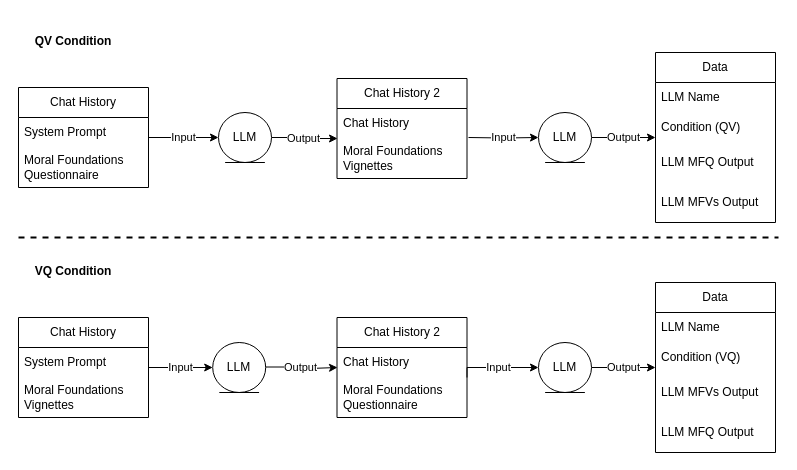
Above: study_flow.drawio in joseluizn/mfv_llm (draw.io), before the change. Source tidied: cells renumbered, new cells numbered last; positions are measured from the earlier drawing's top-left corner, leaving out a move shared by most shapes. Both pictures are drawn from the tidied source at 100%, with x=0, y=0 at pixel (18, 27).
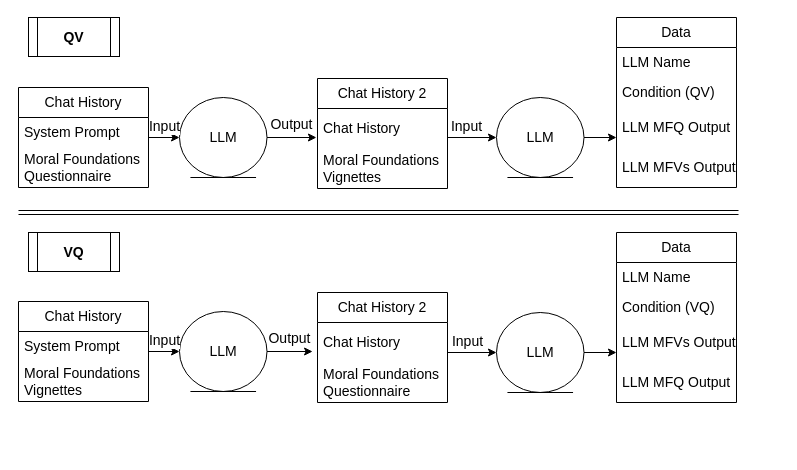
Above is the later version.

Diff of the diagram source:
```diff
@@
-    <mxCell id="2" style="edgeStyle=orthogonalEdgeStyle;rounded=0;jettySize=auto;html=1;entryX=0.004;entryY=1;entryDx=0;entryDy=0;entryPerimeter=0;exitX=1;exitY=0.5;exitDx=0;exitDy=0;" parent="1" edge="1" source="33" target="35">
-      <mxGeometry relative="1" as="geometry">
-        <Array as="points">
-          <mxPoint x="297" y="110" />
-          <mxPoint x="297" y="111" />
-        </Array>
-      </mxGeometry>
+    <mxCell id="2" style="edgeStyle=orthogonalEdgeStyle;rounded=0;jettySize=auto;html=1;entryX=-0.008;entryY=0.725;entryDx=0;entryDy=0;entryPerimeter=0;align=center;verticalAlign=bottom;fontSize=14;" parent="1" edge="1" source="41" target="35">
+      <mxGeometry relative="1" as="geometry" />
     </mxCell>
-    <mxCell id="3" value="Output" style="edgeLabel;html=1;align=center;verticalAlign=middle;" parent="2" vertex="1">
+    <mxCell id="3" value="Output" style="edgeLabel;html=1;align=center;verticalAlign=bottom;fontSize=14;" parent="2" vertex="1">
       <mxGeometry x="0.12" y="-1" relative="1" as="geometry">
-        <mxPoint x="-7" y="-1" as="offset" />
+        <mxPoint x="-4" y="-4" as="offset" />
       </mxGeometry>
     </mxCell>
+    <mxCell id="41" value="LLM" style="ellipse;shape=umlEntity;whiteSpace=wrap;html=1;fontSize=14;" parent="1" vertex="1">
+      <mxGeometry x="161" y="70" width="87.5" height="80" as="geometry" />
+    </mxCell>
+    <mxCell id="42" value="&lt;div style=&quot;font-size: 14px;&quot;&gt;&lt;b style=&quot;font-size: 14px;&quot;&gt;QV&lt;/b&gt;&lt;/div&gt;" style="shape=process;whiteSpace=wrap;html=1;backgroundOutline=1;fontSize=14;" parent="1" vertex="1">
+      <mxGeometry x="10" y="-10" width="91" height="39" as="geometry" />
+    </mxCell>
-    <mxCell id="4" value="Input" style="edgeStyle=orthogonalEdgeStyle;rounded=0;jettySize=auto;html=1;entryX=0;entryY=0.5;entryDx=0;entryDy=0;" parent="1" edge="1" source="5" target="33">
-      <mxGeometry relative="1" as="geometry" />
+    <mxCell id="4" value="Input" style="edgeStyle=orthogonalEdgeStyle;rounded=0;jettySize=auto;html=1;verticalAlign=bottom;fontSize=14;" parent="1" edge="1" source="5" target="41">
+      <mxGeometry x="0.38" relative="1" as="geometry" />
     </mxCell>
-    <mxCell id="5" value="Chat History" style="swimlane;fontStyle=0;horizontal=1;startSize=30;whiteSpace=wrap;html=1;" parent="1" vertex="1">
+    <mxCell id="5" value="Chat History" style="swimlane;fontStyle=0;horizontal=1;startSize=30;whiteSpace=wrap;html=1;fontSize=14;" parent="1" vertex="1">
       <mxGeometry y="60" width="130" height="100" as="geometry" />
     </mxCell>
-    <mxCell id="6" value="System Prompt" style="text;strokeColor=none;fillColor=none;align=left;verticalAlign=middle;spacingLeft=4;spacingRight=4;overflow=hidden;whiteSpace=wrap;html=1;" parent="5" vertex="1">
+    <mxCell id="6" value="System Prompt" style="text;strokeColor=none;fillColor=none;align=left;verticalAlign=middle;spacingLeft=4;spacingRight=4;overflow=hidden;whiteSpace=wrap;html=1;fontSize=14;" parent="5" vertex="1">
       <mxGeometry y="30" width="130" height="30" as="geometry" />
     </mxCell>
-    <mxCell id="7" value="Moral Foundations Questionnaire" style="text;strokeColor=none;fillColor=none;align=left;verticalAlign=middle;spacingLeft=4;spacingRight=4;overflow=hidden;whiteSpace=wrap;html=1;" parent="5" vertex="1">
+    <mxCell id="7" value="Moral Foundations Questionnaire" style="text;strokeColor=none;fillColor=none;align=left;verticalAlign=middle;spacingLeft=4;spacingRight=4;overflow=hidden;whiteSpace=wrap;html=1;fontSize=14;" parent="5" vertex="1">
       <mxGeometry y="60" width="130" height="40" as="geometry" />
     </mxCell>
-    <mxCell id="8" value="&lt;div&gt;Input&lt;/div&gt;" style="edgeStyle=orthogonalEdgeStyle;rounded=0;jettySize=auto;html=1;entryX=0;entryY=0.5;entryDx=0;entryDy=0;" parent="1" edge="1" target="37">
+    <mxCell id="8" value="&lt;div style=&quot;font-size: 14px;&quot;&gt;Input&lt;/div&gt;" style="edgeStyle=orthogonalEdgeStyle;rounded=0;jettySize=auto;html=1;exitX=1;exitY=0;exitDx=0;exitDy=0;verticalAlign=bottom;fontSize=14;" parent="1" edge="1" source="36" target="43">
       <mxGeometry relative="1" as="geometry">
-        <mxPoint x="450" y="110" as="sourcePoint" />
+        <Array as="points">
+          <mxPoint x="429" y="110" />
+        </Array>
       </mxGeometry>
     </mxCell>
+    <mxCell id="34" value="Chat History 2" style="swimlane;fontStyle=0;horizontal=1;startSize=30;whiteSpace=wrap;html=1;fontSize=14;" parent="1" vertex="1">
+      <mxGeometry x="299" y="51" width="130" height="110" as="geometry" />
+    </mxCell>
+    <mxCell id="35" value="Chat History" style="text;strokeColor=none;fillColor=none;align=left;verticalAlign=middle;spacingLeft=4;spacingRight=4;overflow=hidden;points=[[0,0.5],[1,0.5]];portConstraint=eastwest;whiteSpace=wrap;html=1;fontSize=14;" parent="34" vertex="1">
+      <mxGeometry y="30" width="130" height="40" as="geometry" />
+    </mxCell>
+    <mxCell id="36" value="Moral Foundations Vignettes" style="text;whiteSpace=wrap;html=1;verticalAlign=middle;align=left;spacingLeft=4;fontSize=14;" parent="34" vertex="1">
+      <mxGeometry y="70" width="130" height="40" as="geometry" />
+    </mxCell>
-    <mxCell id="9" value="Output" style="edgeStyle=orthogonalEdgeStyle;rounded=0;jettySize=auto;html=1;exitX=1;exitY=0.5;exitDx=0;exitDy=0;" parent="1" edge="1" source="37" target="10">
+    <mxCell id="9" style="edgeStyle=orthogonalEdgeStyle;rounded=0;jettySize=auto;html=1;entryX=0;entryY=0.75;entryDx=0;entryDy=0;fontSize=14;" parent="1" edge="1" source="43" target="13">
       <mxGeometry relative="1" as="geometry" />
     </mxCell>
+    <mxCell id="43" value="LLM" style="ellipse;shape=umlEntity;whiteSpace=wrap;html=1;fontSize=14;" parent="1" vertex="1">
+      <mxGeometry x="478" y="70" width="87.5" height="80" as="geometry" />
+    </mxCell>
-    <mxCell id="10" value="Data" style="swimlane;fontStyle=0;horizontal=1;startSize=30;whiteSpace=wrap;html=1;" parent="1" vertex="1">
-      <mxGeometry x="637" y="25" width="120" height="170" as="geometry" />
+    <mxCell id="10" value="Data" style="swimlane;fontStyle=0;horizontal=1;startSize=30;whiteSpace=wrap;html=1;fontSize=14;" parent="1" vertex="1">
+      <mxGeometry x="598" y="-10" width="120" height="170" as="geometry" />
     </mxCell>
-    <mxCell id="11" value="LLM Name" style="text;strokeColor=none;fillColor=none;align=left;verticalAlign=middle;spacingLeft=4;spacingRight=4;overflow=hidden;whiteSpace=wrap;html=1;" parent="10" vertex="1">
+    <mxCell id="11" value="LLM Name" style="text;strokeColor=none;fillColor=none;align=left;verticalAlign=middle;spacingLeft=4;spacingRight=4;overflow=hidden;whiteSpace=wrap;html=1;fontSize=14;" parent="10" vertex="1">
       <mxGeometry y="30" width="120" height="30" as="geometry" />
     </mxCell>
-    <mxCell id="12" value="Condition (QV)" style="text;whiteSpace=wrap;html=1;verticalAlign=middle;align=left;spacingLeft=4;" parent="10" vertex="1">
+    <mxCell id="12" value="Condition (QV)" style="text;whiteSpace=wrap;html=1;verticalAlign=middle;align=left;spacingLeft=4;fontSize=14;" parent="10" vertex="1">
       <mxGeometry y="60" width="120" height="30" as="geometry" />
     </mxCell>
-    <mxCell id="13" value="LLM MFQ Output" style="text;whiteSpace=wrap;html=1;verticalAlign=middle;align=left;spacingLeft=4;" parent="10" vertex="1">
+    <mxCell id="13" value="LLM MFQ Output" style="text;whiteSpace=wrap;html=1;verticalAlign=middle;align=left;spacingLeft=4;fontSize=14;" parent="10" vertex="1">
       <mxGeometry y="90" width="120" height="40" as="geometry" />
     </mxCell>
-    <mxCell id="14" value="LLM MFVs Output" style="text;whiteSpace=wrap;html=1;verticalAlign=middle;align=left;spacingLeft=4;" parent="10" vertex="1">
+    <mxCell id="14" value="LLM MFVs Output" style="text;whiteSpace=wrap;html=1;verticalAlign=middle;align=left;spacingLeft=4;fontSize=14;" parent="10" vertex="1">
       <mxGeometry y="130" width="120" height="40" as="geometry" />
     </mxCell>
+    <mxCell id="44" style="shape=link;html=1;rounded=0;fontSize=14;" parent="1" edge="1">
+      <mxGeometry relative="1" as="geometry">
+        <mxPoint y="185" as="sourcePoint" />
+        <mxPoint x="720" y="185" as="targetPoint" />
+      </mxGeometry>
+    </mxCell>
+    <mxCell id="45" style="edgeStyle=orthogonalEdgeStyle;rounded=0;jettySize=auto;html=1;entryX=-0.038;entryY=0.725;entryDx=0;entryDy=0;entryPerimeter=0;fontSize=14;" parent="1" edge="1" source="15" target="22">
+      <mxGeometry relative="1" as="geometry" />
+    </mxCell>
+    <mxCell id="40" value="Output" style="edgeLabel;html=1;align=center;verticalAlign=bottom;fontSize=14;" parent="45" vertex="1">
+      <mxGeometry x="0.12" y="-1" relative="1" as="geometry">
+        <mxPoint x="-4" y="-4" as="offset" />
+      </mxGeometry>
+    </mxCell>
-    <mxCell id="15" value="LLM" style="ellipse;shape=umlEntity;whiteSpace=wrap;html=1;" parent="1" vertex="1">
-      <mxGeometry x="194.2" y="315" width="53" height="50" as="geometry" />
+    <mxCell id="15" value="LLM" style="ellipse;shape=umlEntity;whiteSpace=wrap;html=1;fontSize=14;" parent="1" vertex="1">
+      <mxGeometry x="161" y="284" width="87.5" height="80" as="geometry" />
     </mxCell>
+    <mxCell id="46" value="&lt;b style=&quot;font-size: 14px;&quot;&gt;VQ&lt;/b&gt;" style="shape=process;whiteSpace=wrap;html=1;backgroundOutline=1;fontSize=14;" parent="1" vertex="1">
+      <mxGeometry x="10" y="205" width="91" height="39" as="geometry" />
+    </mxCell>
-    <mxCell id="16" value="Input" style="edgeStyle=orthogonalEdgeStyle;rounded=0;jettySize=auto;html=1;" parent="1" edge="1" source="17" target="15">
-      <mxGeometry relative="1" as="geometry" />
+    <mxCell id="16" value="Input" style="edgeStyle=orthogonalEdgeStyle;rounded=0;jettySize=auto;verticalAlign=bottom;fontSize=14;labelPosition=center;verticalLabelPosition=top;align=center;html=1;" parent="1" edge="1" source="17" target="15">
+      <mxGeometry x="0.37" relative="1" as="geometry" />
     </mxCell>
-    <mxCell id="17" value="Chat History" style="swimlane;fontStyle=0;horizontal=1;startSize=30;whiteSpace=wrap;html=1;" parent="1" vertex="1">
-      <mxGeometry y="290" width="130" height="100" as="geometry" />
+    <mxCell id="17" value="Chat History" style="swimlane;fontStyle=0;horizontal=1;startSize=30;whiteSpace=wrap;html=1;fontSize=14;" parent="1" vertex="1">
+      <mxGeometry y="274" width="130" height="100" as="geometry" />
     </mxCell>
-    <mxCell id="18" value="System Prompt" style="text;strokeColor=none;fillColor=none;align=left;verticalAlign=middle;spacingLeft=4;spacingRight=4;overflow=hidden;whiteSpace=wrap;html=1;" parent="17" vertex="1">
+    <mxCell id="18" value="System Prompt" style="text;strokeColor=none;fillColor=none;align=left;verticalAlign=middle;spacingLeft=4;spacingRight=4;overflow=hidden;whiteSpace=wrap;html=1;fontSize=14;" parent="17" vertex="1">
       <mxGeometry y="30" width="130" height="30" as="geometry" />
     </mxCell>
-    <mxCell id="19" value="Moral Foundations Vignettes" style="text;strokeColor=none;fillColor=none;align=left;verticalAlign=middle;spacingLeft=4;spacingRight=4;overflow=hidden;whiteSpace=wrap;html=1;" parent="17" vertex="1">
+    <mxCell id="19" value="Moral Foundations Vignettes" style="text;strokeColor=none;fillColor=none;align=left;verticalAlign=middle;spacingLeft=4;spacingRight=4;overflow=hidden;whiteSpace=wrap;html=1;fontSize=14;" parent="17" vertex="1">
       <mxGeometry y="60" width="130" height="40" as="geometry" />
     </mxCell>
-    <mxCell id="20" value="&lt;div&gt;Input&lt;/div&gt;" style="edgeStyle=orthogonalEdgeStyle;rounded=0;jettySize=auto;html=1;exitX=1;exitY=0;exitDx=0;exitDy=0;entryX=0;entryY=0.5;entryDx=0;entryDy=0;" parent="1" edge="1" source="23" target="38">
+    <mxCell id="20" value="&lt;div style=&quot;font-size: 14px;&quot;&gt;Input&lt;/div&gt;" style="edgeStyle=orthogonalEdgeStyle;rounded=0;jettySize=auto;html=1;exitX=1;exitY=0;exitDx=0;exitDy=0;verticalAlign=bottom;align=center;fontSize=14;" parent="1" edge="1" source="23" target="47">
       <mxGeometry relative="1" as="geometry">
         <Array as="points">
-          <mxPoint x="449" y="340" />
+          <mxPoint x="429" y="325" />
         </Array>
       </mxGeometry>
     </mxCell>
-    <mxCell id="21" value="Chat History 2" style="swimlane;fontStyle=0;horizontal=1;startSize=30;whiteSpace=wrap;html=1;" parent="1" vertex="1">
-      <mxGeometry x="318.5" y="290" width="130" height="100" as="geometry" />
+    <mxCell id="21" value="Chat History 2" style="swimlane;fontStyle=0;horizontal=1;startSize=30;whiteSpace=wrap;html=1;fontSize=14;" parent="1" vertex="1">
+      <mxGeometry x="299" y="265" width="130" height="110" as="geometry" />
     </mxCell>
-    <mxCell id="22" value="Chat History" style="text;strokeColor=none;fillColor=none;align=left;verticalAlign=middle;spacingLeft=4;spacingRight=4;overflow=hidden;points=[[0,0.5],[1,0.5]];portConstraint=eastwest;whiteSpace=wrap;html=1;" parent="21" vertex="1">
-      <mxGeometry y="30" width="130" height="30" as="geometry" />
+    <mxCell id="22" value="Chat History" style="text;strokeColor=none;fillColor=none;align=left;verticalAlign=middle;spacingLeft=4;spacingRight=4;overflow=hidden;points=[[0,0.5],[1,0.5]];portConstraint=eastwest;whiteSpace=wrap;html=1;fontSize=14;" parent="21" vertex="1">
+      <mxGeometry y="30" width="130" height="40" as="geometry" />
     </mxCell>
-    <mxCell id="23" value="Moral Foundations Questionnaire" style="text;whiteSpace=wrap;html=1;verticalAlign=middle;align=left;spacingLeft=4;" parent="21" vertex="1">
-      <mxGeometry y="60" width="130" height="40" as="geometry" />
+    <mxCell id="23" value="Moral Foundations Questionnaire" style="text;whiteSpace=wrap;html=1;verticalAlign=middle;align=left;spacingLeft=4;fontSize=14;" parent="21" vertex="1">
+      <mxGeometry y="70" width="130" height="40" as="geometry" />
     </mxCell>
-    <mxCell id="24" value="Output" style="edgeStyle=orthogonalEdgeStyle;rounded=0;jettySize=auto;html=1;exitX=1;exitY=0.5;exitDx=0;exitDy=0;" parent="1" edge="1" source="38" target="25">
+    <mxCell id="24" style="edgeStyle=orthogonalEdgeStyle;rounded=0;jettySize=auto;html=1;entryX=0;entryY=0.75;entryDx=0;entryDy=0;fontSize=14;" parent="1" edge="1" source="47" target="28">
       <mxGeometry relative="1" as="geometry" />
     </mxCell>
+    <mxCell id="47" value="LLM" style="ellipse;shape=umlEntity;whiteSpace=wrap;html=1;fontSize=14;" parent="1" vertex="1">
+      <mxGeometry x="478" y="285" width="87.5" height="80" as="geometry" />
+    </mxCell>
-    <mxCell id="25" value="Data" style="swimlane;fontStyle=0;horizontal=1;startSize=30;whiteSpace=wrap;html=1;" parent="1" vertex="1">
-      <mxGeometry x="637" y="255" width="120" height="170" as="geometry" />
+    <mxCell id="25" value="Data" style="swimlane;fontStyle=0;horizontal=1;startSize=30;whiteSpace=wrap;html=1;fontSize=14;" parent="1" vertex="1">
+      <mxGeometry x="598" y="205" width="120" height="170" as="geometry" />
     </mxCell>
-    <mxCell id="26" value="LLM Name" style="text;strokeColor=none;fillColor=none;align=left;verticalAlign=middle;spacingLeft=4;spacingRight=4;overflow=hidden;whiteSpace=wrap;html=1;" parent="25" vertex="1">
+    <mxCell id="26" value="LLM Name" style="text;strokeColor=none;fillColor=none;align=left;verticalAlign=middle;spacingLeft=4;spacingRight=4;overflow=hidden;whiteSpace=wrap;html=1;fontSize=14;" parent="25" vertex="1">
       <mxGeometry y="30" width="120" height="30" as="geometry" />
     </mxCell>
-    <mxCell id="27" value="Condition (VQ)" style="text;whiteSpace=wrap;html=1;verticalAlign=middle;align=left;spacingLeft=4;" parent="25" vertex="1">
+    <mxCell id="27" value="Condition (VQ)" style="text;whiteSpace=wrap;html=1;verticalAlign=middle;align=left;spacingLeft=4;fontSize=14;" parent="25" vertex="1">
       <mxGeometry y="60" width="120" height="30" as="geometry" />
     </mxCell>
-    <mxCell id="28" value="LLM MFVs Output" style="text;whiteSpace=wrap;html=1;verticalAlign=middle;align=left;spacingLeft=4;" parent="25" vertex="1">
+    <mxCell id="28" value="LLM MFVs Output" style="text;whiteSpace=wrap;html=1;verticalAlign=middle;align=left;spacingLeft=4;fontSize=14;" parent="25" vertex="1">
       <mxGeometry y="90" width="120" height="40" as="geometry" />
     </mxCell>
-    <mxCell id="29" value="LLM MFQ Output" style="text;whiteSpace=wrap;html=1;verticalAlign=middle;align=left;spacingLeft=4;" parent="25" vertex="1">
+    <mxCell id="29" value="LLM MFQ Output" style="text;whiteSpace=wrap;html=1;verticalAlign=middle;align=left;spacingLeft=4;fontSize=14;" parent="25" vertex="1">
       <mxGeometry y="130" width="120" height="40" as="geometry" />
     </mxCell>
-    <mxCell id="30" value="&lt;div&gt;&lt;b&gt;QV Condition&lt;br&gt;&lt;/b&gt;&lt;/div&gt;" style="text;whiteSpace=wrap;html=1;align=center;" parent="1" vertex="1">
-      <mxGeometry width="110" height="40" as="geometry" />
-    </mxCell>
-    <mxCell id="31" value="&lt;div&gt;&lt;b&gt;VQ Condition&lt;br&gt;&lt;/b&gt;&lt;/div&gt;" style="text;whiteSpace=wrap;html=1;align=center;" parent="1" vertex="1">
-      <mxGeometry y="230" width="110" height="40" as="geometry" />
-    </mxCell>
-    <mxCell id="32" style="endArrow=none;dashed=1;html=1;rounded=0;fontSize=18;strokeWidth=2;" parent="1" edge="1">
-      <mxGeometry relative="1" as="geometry">
-        <mxPoint y="210" as="sourcePoint" />
-        <mxPoint x="760" y="210" as="targetPoint" />
-      </mxGeometry>
-    </mxCell>
-    <mxCell id="33" value="LLM" style="ellipse;shape=umlEntity;whiteSpace=wrap;html=1;" parent="1" vertex="1">
-      <mxGeometry x="200" y="85" width="53" height="50" as="geometry" />
-    </mxCell>
-    <mxCell id="34" value="Chat History 2" style="swimlane;fontStyle=0;horizontal=1;startSize=30;whiteSpace=wrap;html=1;" parent="1" vertex="1">
-      <mxGeometry x="318.5" y="51" width="130" height="100" as="geometry" />
-    </mxCell>
-    <mxCell id="35" value="Chat History" style="text;strokeColor=none;fillColor=none;align=left;verticalAlign=middle;spacingLeft=4;spacingRight=4;overflow=hidden;points=[[0,0.5],[1,0.5]];portConstraint=eastwest;whiteSpace=wrap;html=1;" parent="34" vertex="1">
-      <mxGeometry y="30" width="130" height="30" as="geometry" />
-    </mxCell>
-    <mxCell id="36" value="Moral Foundations Vignettes" style="text;whiteSpace=wrap;html=1;verticalAlign=middle;align=left;spacingLeft=4;" parent="34" vertex="1">
-      <mxGeometry y="60" width="130" height="40" as="geometry" />
-    </mxCell>
-    <mxCell id="37" value="LLM" style="ellipse;shape=umlEntity;whiteSpace=wrap;html=1;" parent="1" vertex="1">
-      <mxGeometry x="520" y="85" width="53" height="50" as="geometry" />
-    </mxCell>
-    <mxCell id="38" value="LLM" style="ellipse;shape=umlEntity;whiteSpace=wrap;html=1;" parent="1" vertex="1">
-      <mxGeometry x="520" y="315" width="53" height="50" as="geometry" />
-    </mxCell>
-    <mxCell id="39" style="edgeStyle=orthogonalEdgeStyle;rounded=0;orthogonalLoop=1;jettySize=auto;html=1;exitX=1;exitY=0.5;exitDx=0;exitDy=0;" parent="1" edge="1">
-      <mxGeometry relative="1" as="geometry">
-        <mxPoint x="247.2" y="339.5" as="sourcePoint" />
-        <mxPoint x="319" y="340" as="targetPoint" />
-        <Array as="points">
-          <mxPoint x="291" y="340" />
-          <mxPoint x="291" y="341" />
-        </Array>
-      </mxGeometry>
-    </mxCell>
-    <mxCell id="40" value="Output" style="edgeLabel;html=1;align=center;verticalAlign=middle;" parent="39" vertex="1">
-      <mxGeometry x="0.12" y="-1" relative="1" as="geometry">
-        <mxPoint x="-7" y="-1" as="offset" />
-      </mxGeometry>
-    </mxCell>
```
